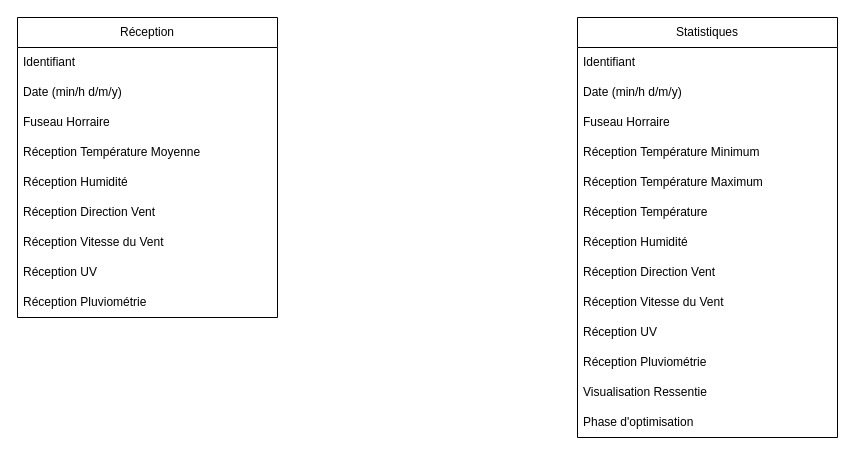
Mathuww/Nika-Weather keeps this draw.io diagram as NikaWeather/src/v3MCD.drawio. Above is the earlier version. Source tidied: cells renumbered, new cells numbered last; positions are measured from the earlier drawing's top-left corner, leaving out a move shared by most shapes. Both pictures are drawn from the tidied source at 100%, with x=0, y=0 at pixel (17, 17).
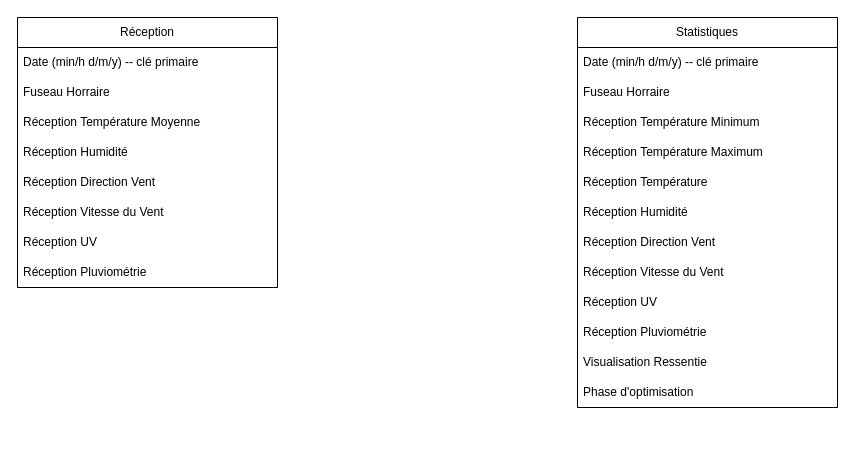
After the change.

Commit message (it also covers changes not shown here):
Changement de clé primaire (date)

Change to the diagram source:
```diff
@@
     <mxCell id="2" value="Réception" style="swimlane;fontStyle=0;horizontal=1;startSize=30;whiteSpace=wrap;html=1;" parent="1" vertex="1">
-      <mxGeometry width="260" height="300" as="geometry" />
+      <mxGeometry width="260" height="270" as="geometry" />
     </mxCell>
-    <mxCell id="3" value="Identifiant" style="text;strokeColor=none;fillColor=none;align=left;verticalAlign=middle;spacingLeft=4;spacingRight=4;overflow=hidden;whiteSpace=wrap;html=1;" parent="2" vertex="1">
-      <mxGeometry y="30" width="260" height="30" as="geometry" />
-    </mxCell>
-    <mxCell id="4" value="Date (min/h d/m/y)" style="text;strokeColor=none;fillColor=none;align=left;verticalAlign=middle;spacingLeft=4;spacingRight=4;overflow=hidden;whiteSpace=wrap;html=1;" parent="2" vertex="1">
-      <mxGeometry y="60" width="260" height="30" as="geometry" />
+    <mxCell id="4" value="Date (min/h d/m/y) -- clé primaire" style="text;strokeColor=none;fillColor=none;align=left;verticalAlign=middle;spacingLeft=4;spacingRight=4;overflow=hidden;whiteSpace=wrap;html=1;" parent="2" vertex="1">
+      <mxGeometry y="30" width="260" height="30" as="geometry" />
     </mxCell>
     <mxCell id="5" value="Fuseau Horraire" style="text;strokeColor=none;fillColor=none;align=left;verticalAlign=middle;spacingLeft=4;spacingRight=4;overflow=hidden;whiteSpace=wrap;html=1;" parent="2" vertex="1">
-      <mxGeometry y="90" width="260" height="30" as="geometry" />
+      <mxGeometry y="60" width="260" height="30" as="geometry" />
     </mxCell>
     <mxCell id="6" value="Réception Température Moyenne" style="text;strokeColor=none;fillColor=none;align=left;verticalAlign=middle;spacingLeft=4;spacingRight=4;overflow=hidden;whiteSpace=wrap;html=1;" parent="2" vertex="1">
-      <mxGeometry y="120" width="260" height="30" as="geometry" />
+      <mxGeometry y="90" width="260" height="30" as="geometry" />
     </mxCell>
     <mxCell id="7" value="Réception Humidité" style="text;strokeColor=none;fillColor=none;align=left;verticalAlign=middle;spacingLeft=4;spacingRight=4;overflow=hidden;whiteSpace=wrap;html=1;" parent="2" vertex="1">
-      <mxGeometry y="150" width="260" height="30" as="geometry" />
+      <mxGeometry y="120" width="260" height="30" as="geometry" />
     </mxCell>
     <mxCell id="8" value="Réception Direction Vent" style="text;strokeColor=none;fillColor=none;align=left;verticalAlign=middle;spacingLeft=4;spacingRight=4;overflow=hidden;whiteSpace=wrap;html=1;" parent="2" vertex="1">
-      <mxGeometry y="180" width="260" height="30" as="geometry" />
+      <mxGeometry y="150" width="260" height="30" as="geometry" />
     </mxCell>
     <mxCell id="9" value="Réception Vitesse du Vent" style="text;strokeColor=none;fillColor=none;align=left;verticalAlign=middle;spacingLeft=4;spacingRight=4;overflow=hidden;whiteSpace=wrap;html=1;" parent="2" vertex="1">
-      <mxGeometry y="210" width="260" height="30" as="geometry" />
+      <mxGeometry y="180" width="260" height="30" as="geometry" />
     </mxCell>
     <mxCell id="10" value="Réception UV" style="text;strokeColor=none;fillColor=none;align=left;verticalAlign=middle;spacingLeft=4;spacingRight=4;overflow=hidden;whiteSpace=wrap;html=1;" parent="2" vertex="1">
-      <mxGeometry y="240" width="260" height="30" as="geometry" />
+      <mxGeometry y="210" width="260" height="30" as="geometry" />
     </mxCell>
     <mxCell id="11" value="Réception Pluviométrie" style="text;strokeColor=none;fillColor=none;align=left;verticalAlign=middle;spacingLeft=4;spacingRight=4;overflow=hidden;whiteSpace=wrap;html=1;" parent="2" vertex="1">
-      <mxGeometry y="270" width="260" height="30" as="geometry" />
+      <mxGeometry y="240" width="260" height="30" as="geometry" />
     </mxCell>
     <mxCell id="12" value="Statistiques" style="swimlane;fontStyle=0;horizontal=1;startSize=30;whiteSpace=wrap;html=1;" parent="1" vertex="1">
-      <mxGeometry x="560" width="260" height="420" as="geometry" />
+      <mxGeometry x="560" width="260" height="390" as="geometry" />
     </mxCell>
-    <mxCell id="13" value="Identifiant" style="text;strokeColor=none;fillColor=none;align=left;verticalAlign=middle;spacingLeft=4;spacingRight=4;overflow=hidden;whiteSpace=wrap;html=1;" parent="12" vertex="1">
-      <mxGeometry y="30" width="260" height="30" as="geometry" />
-    </mxCell>
-    <mxCell id="14" value="Date (min/h d/m/y)" style="text;strokeColor=none;fillColor=none;align=left;verticalAlign=middle;spacingLeft=4;spacingRight=4;overflow=hidden;whiteSpace=wrap;html=1;" parent="12" vertex="1">
-      <mxGeometry y="60" width="260" height="30" as="geometry" />
+    <mxCell id="14" value="Date (min/h d/m/y) -- clé primaire" style="text;strokeColor=none;fillColor=none;align=left;verticalAlign=middle;spacingLeft=4;spacingRight=4;overflow=hidden;whiteSpace=wrap;html=1;" parent="12" vertex="1">
+      <mxGeometry y="30" width="260" height="30" as="geometry" />
     </mxCell>
     <mxCell id="15" value="Fuseau Horraire" style="text;strokeColor=none;fillColor=none;align=left;verticalAlign=middle;spacingLeft=4;spacingRight=4;overflow=hidden;whiteSpace=wrap;html=1;" parent="12" vertex="1">
-      <mxGeometry y="90" width="260" height="30" as="geometry" />
+      <mxGeometry y="60" width="260" height="30" as="geometry" />
     </mxCell>
     <mxCell id="16" value="Réception Température Minimum" style="text;strokeColor=none;fillColor=none;align=left;verticalAlign=middle;spacingLeft=4;spacingRight=4;overflow=hidden;whiteSpace=wrap;html=1;" parent="12" vertex="1">
-      <mxGeometry y="120" width="260" height="30" as="geometry" />
+      <mxGeometry y="90" width="260" height="30" as="geometry" />
     </mxCell>
     <mxCell id="17" value="Réception Température Maximum" style="text;strokeColor=none;fillColor=none;align=left;verticalAlign=middle;spacingLeft=4;spacingRight=4;overflow=hidden;whiteSpace=wrap;html=1;" parent="12" vertex="1">
-      <mxGeometry y="150" width="260" height="30" as="geometry" />
+      <mxGeometry y="120" width="260" height="30" as="geometry" />
     </mxCell>
     <mxCell id="18" value="Réception Température" style="text;strokeColor=none;fillColor=none;align=left;verticalAlign=middle;spacingLeft=4;spacingRight=4;overflow=hidden;whiteSpace=wrap;html=1;" parent="12" vertex="1">
-      <mxGeometry y="180" width="260" height="30" as="geometry" />
+      <mxGeometry y="150" width="260" height="30" as="geometry" />
     </mxCell>
     <mxCell id="19" value="Réception Humidité" style="text;strokeColor=none;fillColor=none;align=left;verticalAlign=middle;spacingLeft=4;spacingRight=4;overflow=hidden;whiteSpace=wrap;html=1;" parent="12" vertex="1">
-      <mxGeometry y="210" width="260" height="30" as="geometry" />
+      <mxGeometry y="180" width="260" height="30" as="geometry" />
     </mxCell>
     <mxCell id="20" value="Réception Direction Vent" style="text;strokeColor=none;fillColor=none;align=left;verticalAlign=middle;spacingLeft=4;spacingRight=4;overflow=hidden;whiteSpace=wrap;html=1;" parent="12" vertex="1">
-      <mxGeometry y="240" width="260" height="30" as="geometry" />
+      <mxGeometry y="210" width="260" height="30" as="geometry" />
     </mxCell>
     <mxCell id="21" value="Réception Vitesse du Vent" style="text;strokeColor=none;fillColor=none;align=left;verticalAlign=middle;spacingLeft=4;spacingRight=4;overflow=hidden;whiteSpace=wrap;html=1;" parent="12" vertex="1">
-      <mxGeometry y="270" width="260" height="30" as="geometry" />
+      <mxGeometry y="240" width="260" height="30" as="geometry" />
     </mxCell>
     <mxCell id="22" value="Réception UV" style="text;strokeColor=none;fillColor=none;align=left;verticalAlign=middle;spacingLeft=4;spacingRight=4;overflow=hidden;whiteSpace=wrap;html=1;" parent="12" vertex="1">
-      <mxGeometry y="300" width="260" height="30" as="geometry" />
+      <mxGeometry y="270" width="260" height="30" as="geometry" />
     </mxCell>
     <mxCell id="23" value="Réception Pluviométrie" style="text;strokeColor=none;fillColor=none;align=left;verticalAlign=middle;spacingLeft=4;spacingRight=4;overflow=hidden;whiteSpace=wrap;html=1;" parent="12" vertex="1">
-      <mxGeometry y="330" width="260" height="30" as="geometry" />
+      <mxGeometry y="300" width="260" height="30" as="geometry" />
     </mxCell>
     <mxCell id="24" value="Visualisation Ressentie" style="text;strokeColor=none;fillColor=none;align=left;verticalAlign=middle;spacingLeft=4;spacingRight=4;overflow=hidden;whiteSpace=wrap;html=1;" parent="12" vertex="1">
-      <mxGeometry y="360" width="260" height="30" as="geometry" />
+      <mxGeometry y="330" width="260" height="30" as="geometry" />
     </mxCell>
     <mxCell id="25" value="Phase d'optimisation" style="text;strokeColor=none;fillColor=none;align=left;verticalAlign=middle;spacingLeft=4;spacingRight=4;overflow=hidden;whiteSpace=wrap;html=1;" parent="12" vertex="1">
-      <mxGeometry y="390" width="260" height="30" as="geometry" />
+      <mxGeometry y="360" width="260" height="30" as="geometry" />
     </mxCell>
```
